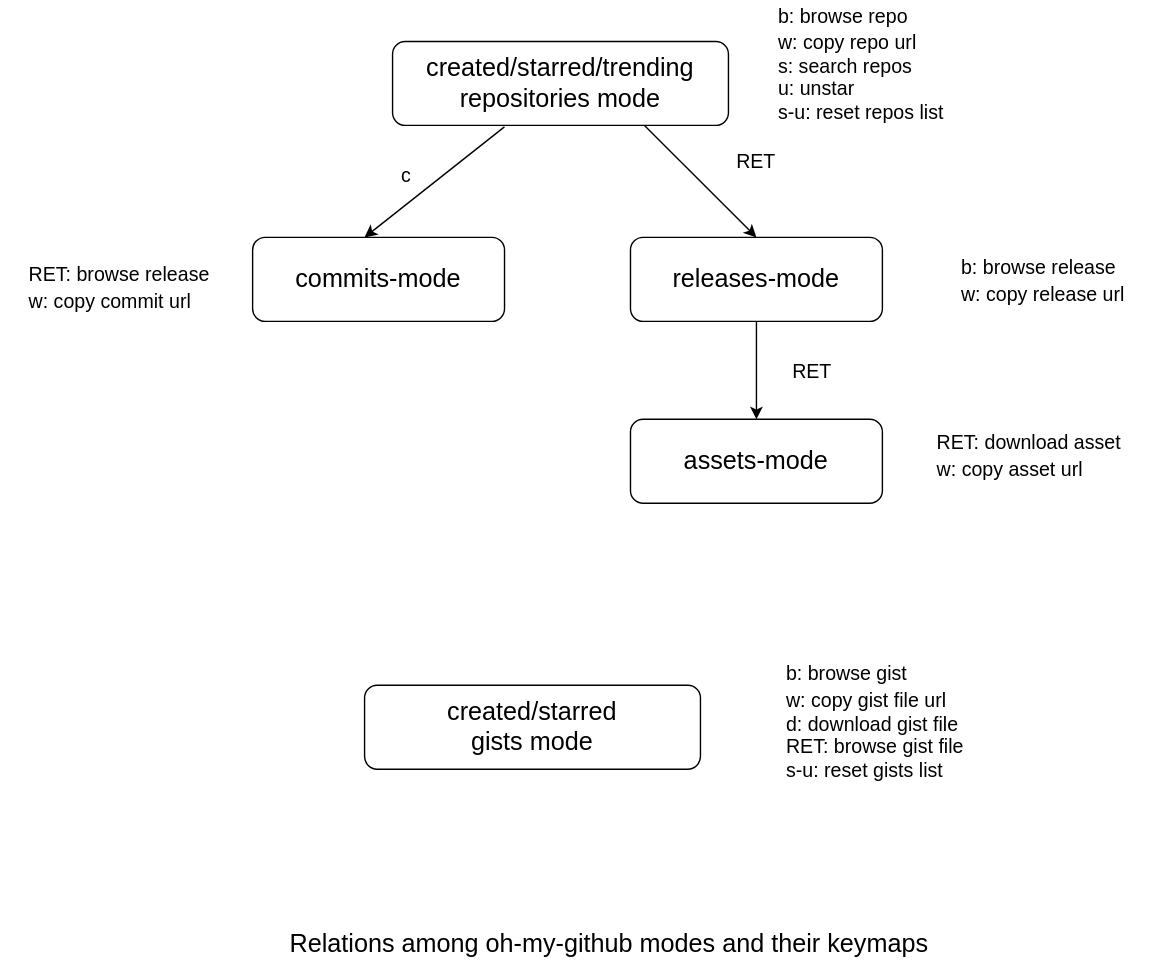
The draw.io diagram assets/omg-modes.svg in jiacai2050/oh-my-github, before a commit. Source tidied: cells renumbered, new cells last; positions are measured from the earlier drawing's top-left corner, leaving out a move shared by most shapes.
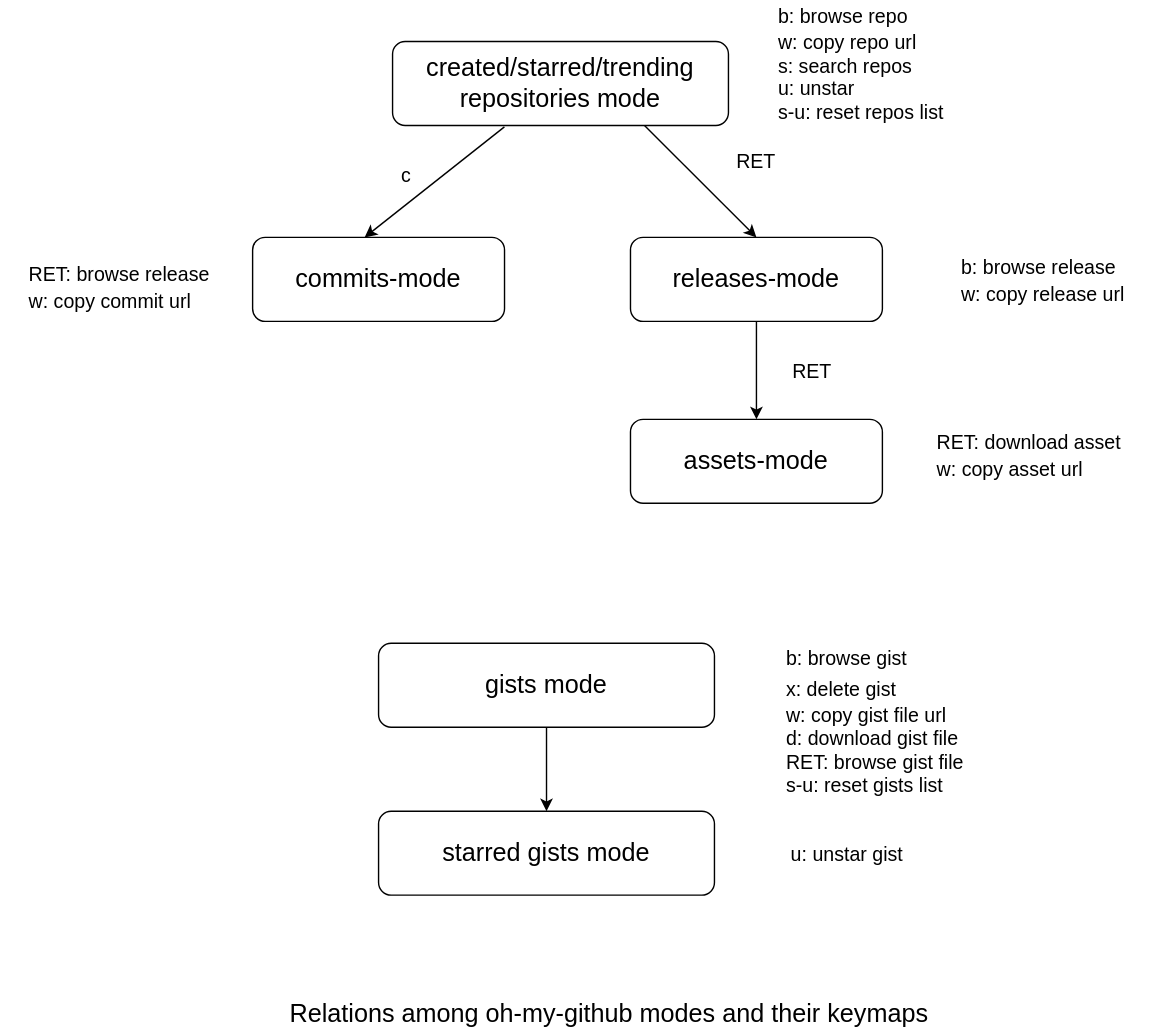
Later version of the same file.

Diff of the diagram source:
```diff
@@ -49,13 +49,22 @@
       <mxGeometry x="530" width="170" height="50" as="geometry" />
     </mxCell>
     <mxCell id="16" value="&lt;font style=&quot;font-size: 18px&quot;&gt;Relations among oh-my-github modes and their keymaps&lt;/font&gt;" style="text;html=1;strokeColor=none;fillColor=none;align=center;verticalAlign=middle;whiteSpace=wrap;rounded=0;fontSize=14;" parent="1" vertex="1">
-      <mxGeometry x="190" y="640" width="490" height="30" as="geometry" />
+      <mxGeometry x="190" y="690" width="490" height="30" as="geometry" />
     </mxCell>
+    <mxCell id="19" style="edgeStyle=orthogonalEdgeStyle;rounded=0;jettySize=auto;html=1;" parent="1" edge="1" source="17" target="20">
+      <mxGeometry relative="1" as="geometry" />
+    </mxCell>
-    <mxCell id="17" value="&lt;font style=&quot;font-size: 18px&quot;&gt;created/starred&lt;br&gt;gists mode&lt;/font&gt;" style="rounded=1;whiteSpace=wrap;html=1;fontSize=12;glass=0;strokeWidth=1;shadow=0;" parent="1" vertex="1">
-      <mxGeometry x="260" y="470" width="240" height="60" as="geometry" />
+    <mxCell id="17" value="&lt;font style=&quot;font-size: 18px&quot;&gt;gists mode&lt;/font&gt;" style="rounded=1;whiteSpace=wrap;html=1;fontSize=12;glass=0;strokeWidth=1;shadow=0;" parent="1" vertex="1">
+      <mxGeometry x="270" y="440" width="240" height="60" as="geometry" />
     </mxCell>
-    <mxCell id="18" value="&lt;div style=&quot;text-align: left&quot;&gt;&lt;span style=&quot;font-size: 14px&quot;&gt;b: browse gist&lt;/span&gt;&lt;/div&gt;&lt;font style=&quot;font-size: 14px&quot;&gt;&lt;div style=&quot;text-align: left&quot;&gt;&lt;span&gt;w: copy gist file url&lt;/span&gt;&lt;/div&gt;&lt;div style=&quot;text-align: left&quot;&gt;&lt;span&gt;d: download gist file&lt;/span&gt;&lt;/div&gt;&lt;div style=&quot;text-align: left&quot;&gt;&lt;span&gt;RET: browse gist file&lt;/span&gt;&lt;/div&gt;&lt;div style=&quot;text-align: left&quot;&gt;&lt;span&gt;s-u: reset gists list&lt;/span&gt;&lt;br&gt;&lt;/div&gt;&lt;/font&gt;" style="text;html=1;strokeColor=none;fillColor=none;align=center;verticalAlign=middle;whiteSpace=wrap;rounded=0;fontSize=18;" parent="1" vertex="1">
+    <mxCell id="18" value="&lt;div style=&quot;text-align: left&quot;&gt;&lt;span style=&quot;font-size: 14px&quot;&gt;b: browse gist&lt;/span&gt;&lt;/div&gt;&lt;div style=&quot;text-align: left&quot;&gt;&lt;span style=&quot;font-size: 14px&quot;&gt;x: delete gist&lt;/span&gt;&lt;/div&gt;&lt;font style=&quot;font-size: 14px&quot;&gt;&lt;div style=&quot;text-align: left&quot;&gt;&lt;span&gt;w: copy gist file url&lt;/span&gt;&lt;/div&gt;&lt;div style=&quot;text-align: left&quot;&gt;&lt;span&gt;d: download gist file&lt;/span&gt;&lt;/div&gt;&lt;div style=&quot;text-align: left&quot;&gt;&lt;span&gt;RET: browse gist file&lt;/span&gt;&lt;/div&gt;&lt;div style=&quot;text-align: left&quot;&gt;&lt;span&gt;s-u: reset gists list&lt;/span&gt;&lt;br&gt;&lt;/div&gt;&lt;/font&gt;" style="text;html=1;strokeColor=none;fillColor=none;align=center;verticalAlign=middle;whiteSpace=wrap;rounded=0;fontSize=18;" parent="1" vertex="1">
       <mxGeometry x="540" y="470" width="170" height="50" as="geometry" />
     </mxCell>
+    <mxCell id="20" value="&lt;font style=&quot;font-size: 18px&quot;&gt;starred gists mode&lt;/font&gt;" style="rounded=1;whiteSpace=wrap;html=1;fontSize=12;glass=0;strokeWidth=1;shadow=0;" parent="1" vertex="1">
+      <mxGeometry x="270" y="560" width="240" height="60" as="geometry" />
+    </mxCell>
+    <mxCell id="21" value="&lt;div style=&quot;text-align: left&quot;&gt;&lt;span style=&quot;font-size: 14px&quot;&gt;u: unstar gist&lt;/span&gt;&lt;/div&gt;" style="text;html=1;strokeColor=none;fillColor=none;align=center;verticalAlign=middle;whiteSpace=wrap;rounded=0;fontSize=18;" parent="1" vertex="1">
+      <mxGeometry x="520" y="575" width="170" height="30" as="geometry" />
+    </mxCell>
   </root>
 </mxGraphModel>
```
